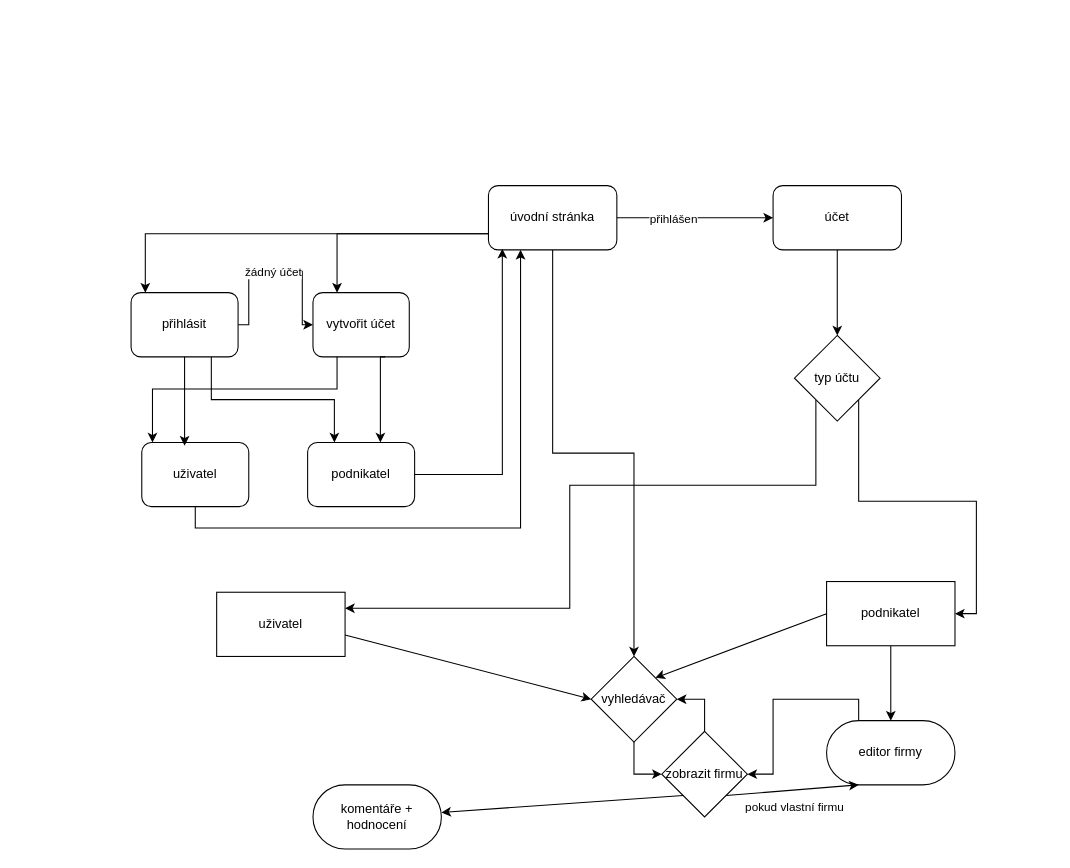
PoseidonVltav/Kostka keeps this draw.io diagram as Diagram bez názvu.drawio. Above is the earlier version. Source tidied: cells renumbered, new cells numbered last; positions are measured from the earlier drawing's top-left corner, leaving out a move shared by most shapes. Both pictures are drawn from the tidied source at 107%, with x=0, y=0 at pixel (131, 185).
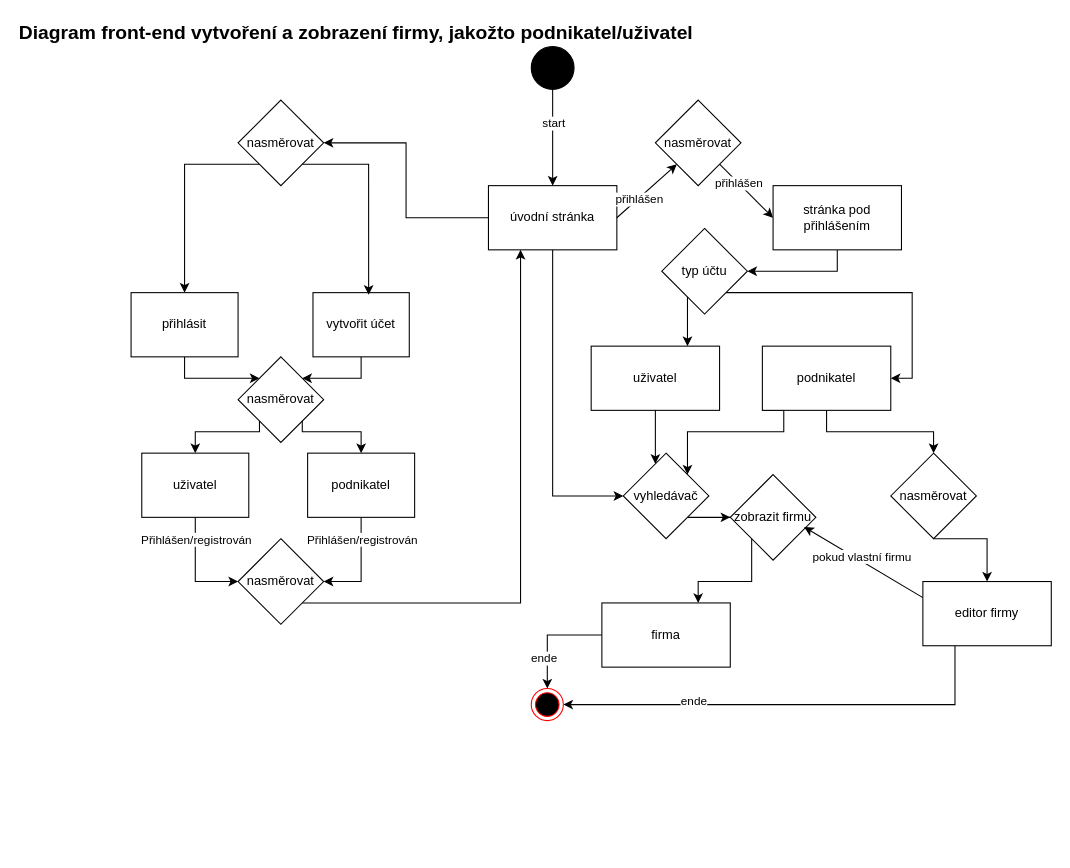
Above is the later version.

Diff of the diagram source:
```diff
@@
-    <mxCell id="2" style="edgeStyle=orthogonalEdgeStyle;rounded=0;jettySize=auto;html=1;exitX=0;exitY=0.75;exitDx=0;exitDy=0;entryX=0.25;entryY=0;entryDx=0;entryDy=0;" parent="1" edge="1" source="4" target="5">
-      <mxGeometry relative="1" as="geometry" />
-    </mxCell>
+    <mxCell id="40" style="edgeStyle=orthogonalEdgeStyle;rounded=0;jettySize=auto;html=1;exitX=0;exitY=0.5;exitDx=0;exitDy=0;" parent="1" edge="1" source="4" target="48">
+      <mxGeometry relative="1" as="geometry" />
+    </mxCell>
-    <mxCell id="3" style="edgeStyle=orthogonalEdgeStyle;rounded=0;jettySize=auto;html=1;exitX=0.5;exitY=1;exitDx=0;exitDy=0;" parent="1" edge="1" source="4" target="21">
+    <mxCell id="3" style="edgeStyle=orthogonalEdgeStyle;rounded=0;jettySize=auto;html=1;exitX=0.5;exitY=1;exitDx=0;exitDy=0;entryX=0;entryY=0.5;entryDx=0;entryDy=0;" parent="1" edge="1" source="4" target="21">
       <mxGeometry relative="1" as="geometry" />
     </mxCell>
-    <mxCell id="4" value="úvodní stránka" style="rounded=1;whiteSpace=wrap;html=1;" parent="1" vertex="1">
+    <mxCell id="4" value="úvodní stránka" style="rounded=1;whiteSpace=wrap;html=1;arcSize=0;" parent="1" vertex="1">
       <mxGeometry x="334" width="120" height="60" as="geometry" />
     </mxCell>
+    <mxCell id="41" style="edgeStyle=orthogonalEdgeStyle;rounded=0;jettySize=auto;html=1;exitX=0.5;exitY=1;exitDx=0;exitDy=0;entryX=1;entryY=0;entryDx=0;entryDy=0;" parent="1" edge="1" source="5" target="54">
+      <mxGeometry relative="1" as="geometry" />
+    </mxCell>
-    <mxCell id="5" value="vytvořit účet" style="rounded=1;whiteSpace=wrap;html=1;" parent="1" vertex="1">
+    <mxCell id="5" value="vytvořit účet" style="rounded=1;whiteSpace=wrap;html=1;arcSize=0;" parent="1" vertex="1">
       <mxGeometry x="170" y="100" width="90" height="60" as="geometry" />
     </mxCell>
-    <mxCell id="6" style="edgeStyle=orthogonalEdgeStyle;rounded=0;jettySize=auto;html=1;exitX=1;exitY=0.5;exitDx=0;exitDy=0;entryX=0;entryY=0.5;entryDx=0;entryDy=0;" parent="1" edge="1" source="9" target="5">
-      <mxGeometry relative="1" as="geometry">
-        <Array as="points">
-          <mxPoint x="110" y="130" />
-          <mxPoint x="110" y="80" />
-          <mxPoint x="160" y="80" />
-          <mxPoint x="160" y="130" />
-        </Array>
-      </mxGeometry>
-    </mxCell>
-    <mxCell id="7" value="žádný účet" style="edgeLabel;html=1;align=center;verticalAlign=middle;" parent="6" vertex="1">
-      <mxGeometry x="-0.16" relative="1" as="geometry">
-        <mxPoint x="11" as="offset" />
-      </mxGeometry>
-    </mxCell>
-    <mxCell id="8" style="edgeStyle=orthogonalEdgeStyle;rounded=0;jettySize=auto;html=1;exitX=0.75;exitY=1;exitDx=0;exitDy=0;entryX=0.25;entryY=0;entryDx=0;entryDy=0;" parent="1" edge="1" source="9" target="11">
-      <mxGeometry relative="1" as="geometry" />
-    </mxCell>
+    <mxCell id="42" style="edgeStyle=orthogonalEdgeStyle;rounded=0;jettySize=auto;html=1;exitX=0.5;exitY=1;exitDx=0;exitDy=0;entryX=0;entryY=0;entryDx=0;entryDy=0;" parent="1" edge="1" source="9" target="54">
+      <mxGeometry relative="1" as="geometry" />
+    </mxCell>
-    <mxCell id="9" value="přihlásit" style="rounded=1;whiteSpace=wrap;html=1;" parent="1" vertex="1">
+    <mxCell id="9" value="přihlásit" style="rounded=1;whiteSpace=wrap;html=1;arcSize=0;" parent="1" vertex="1">
       <mxGeometry y="100" width="100" height="60" as="geometry" />
     </mxCell>
-    <mxCell id="10" style="edgeStyle=orthogonalEdgeStyle;rounded=0;jettySize=auto;html=1;exitX=0;exitY=0.75;exitDx=0;exitDy=0;entryX=0.133;entryY=0;entryDx=0;entryDy=0;entryPerimeter=0;" parent="1" edge="1" source="4" target="9">
-      <mxGeometry relative="1" as="geometry" />
-    </mxCell>
+    <mxCell id="43" style="edgeStyle=orthogonalEdgeStyle;rounded=0;jettySize=auto;html=1;exitX=0.5;exitY=1;exitDx=0;exitDy=0;entryX=1;entryY=0.5;entryDx=0;entryDy=0;" parent="1" edge="1" source="11" target="56">
+      <mxGeometry relative="1" as="geometry" />
+    </mxCell>
-    <mxCell id="11" value="podnikatel" style="rounded=1;whiteSpace=wrap;html=1;" parent="1" vertex="1">
-      <mxGeometry x="165" y="240" width="100" height="60" as="geometry" />
+    <mxCell id="11" value="podnikatel" style="rounded=1;whiteSpace=wrap;html=1;arcSize=0;" parent="1" vertex="1">
+      <mxGeometry x="165" y="250" width="100" height="60" as="geometry" />
     </mxCell>
-    <mxCell id="12" style="edgeStyle=orthogonalEdgeStyle;rounded=0;jettySize=auto;html=1;entryX=0.25;entryY=1;entryDx=0;entryDy=0;exitX=0.5;exitY=1;exitDx=0;exitDy=0;" parent="1" edge="1" source="13" target="4">
-      <mxGeometry relative="1" as="geometry">
-        <Array as="points">
-          <mxPoint x="60" y="320" />
-          <mxPoint x="364" y="320" />
-        </Array>
-      </mxGeometry>
-    </mxCell>
+    <mxCell id="44" style="edgeStyle=orthogonalEdgeStyle;rounded=0;jettySize=auto;html=1;exitX=0.5;exitY=1;exitDx=0;exitDy=0;entryX=0;entryY=0.5;entryDx=0;entryDy=0;" parent="1" edge="1" source="13" target="56">
+      <mxGeometry relative="1" as="geometry" />
+    </mxCell>
-    <mxCell id="13" value="uživatel" style="rounded=1;whiteSpace=wrap;html=1;" parent="1" vertex="1">
-      <mxGeometry x="10" y="240" width="100" height="60" as="geometry" />
+    <mxCell id="13" value="uživatel" style="rounded=1;whiteSpace=wrap;html=1;arcSize=0;" parent="1" vertex="1">
+      <mxGeometry x="10" y="250" width="100" height="60" as="geometry" />
     </mxCell>
-    <mxCell id="14" style="edgeStyle=orthogonalEdgeStyle;rounded=0;jettySize=auto;html=1;exitX=0.5;exitY=1;exitDx=0;exitDy=0;entryX=0.4;entryY=0.05;entryDx=0;entryDy=0;entryPerimeter=0;" parent="1" edge="1" source="9" target="13">
-      <mxGeometry relative="1" as="geometry" />
-    </mxCell>
-    <mxCell id="15" style="edgeStyle=orthogonalEdgeStyle;rounded=0;jettySize=auto;html=1;exitX=0.25;exitY=1;exitDx=0;exitDy=0;entryX=0.1;entryY=0;entryDx=0;entryDy=0;entryPerimeter=0;" parent="1" edge="1" source="5" target="13">
-      <mxGeometry relative="1" as="geometry">
-        <Array as="points">
-          <mxPoint x="193" y="190" />
-          <mxPoint x="20" y="190" />
-        </Array>
-      </mxGeometry>
-    </mxCell>
-    <mxCell id="16" style="edgeStyle=orthogonalEdgeStyle;rounded=0;jettySize=auto;html=1;exitX=0.75;exitY=1;exitDx=0;exitDy=0;entryX=0.68;entryY=0;entryDx=0;entryDy=0;entryPerimeter=0;" parent="1" edge="1" source="5" target="11">
-      <mxGeometry relative="1" as="geometry">
-        <Array as="points">
-          <mxPoint x="233" y="160" />
-        </Array>
-      </mxGeometry>
-    </mxCell>
-    <mxCell id="17" style="edgeStyle=orthogonalEdgeStyle;rounded=0;jettySize=auto;html=1;exitX=1;exitY=0.5;exitDx=0;exitDy=0;entryX=0.108;entryY=0.983;entryDx=0;entryDy=0;entryPerimeter=0;" parent="1" edge="1" source="11" target="4">
-      <mxGeometry relative="1" as="geometry" />
-    </mxCell>
-    <mxCell id="18" style="edgeStyle=orthogonalEdgeStyle;rounded=0;jettySize=auto;html=1;exitX=0.5;exitY=0;exitDx=0;exitDy=0;entryX=1;entryY=0.5;entryDx=0;entryDy=0;" parent="1" edge="1" source="19" target="21">
-      <mxGeometry relative="1" as="geometry">
-        <Array as="points">
-          <mxPoint x="536" y="480" />
-        </Array>
-      </mxGeometry>
-    </mxCell>
+    <mxCell id="45" style="edgeStyle=orthogonalEdgeStyle;rounded=0;jettySize=auto;html=1;exitX=0;exitY=1;exitDx=0;exitDy=0;entryX=0.75;entryY=0;entryDx=0;entryDy=0;" parent="1" edge="1" source="19" target="67">
+      <mxGeometry relative="1" as="geometry" />
+    </mxCell>
     <mxCell id="19" value="zobrazit firmu" style="rhombus;whiteSpace=wrap;html=1;" parent="1" vertex="1">
-      <mxGeometry x="496" y="510" width="80" height="80" as="geometry" />
+      <mxGeometry x="560" y="270" width="80" height="80" as="geometry" />
     </mxCell>
-    <mxCell id="20" style="edgeStyle=orthogonalEdgeStyle;rounded=0;jettySize=auto;html=1;exitX=0.5;exitY=1;exitDx=0;exitDy=0;entryX=0;entryY=0.5;entryDx=0;entryDy=0;" parent="1" edge="1" source="21" target="19">
-      <mxGeometry relative="1" as="geometry">
-        <Array as="points">
-          <mxPoint x="470" y="550" />
-        </Array>
-      </mxGeometry>
+    <mxCell id="20" style="edgeStyle=orthogonalEdgeStyle;rounded=0;jettySize=auto;html=1;exitX=1;exitY=1;exitDx=0;exitDy=0;entryX=0;entryY=0.5;entryDx=0;entryDy=0;" parent="1" edge="1" source="21" target="19">
+      <mxGeometry relative="1" as="geometry" />
     </mxCell>
     <mxCell id="21" value="vyhledávač" style="rhombus;whiteSpace=wrap;html=1;" parent="1" vertex="1">
-      <mxGeometry x="430" y="440" width="80" height="80" as="geometry" />
+      <mxGeometry x="460" y="250" width="80" height="80" as="geometry" />
     </mxCell>
-    <mxCell id="22" style="edgeStyle=orthogonalEdgeStyle;rounded=0;jettySize=auto;html=1;exitX=0.5;exitY=1;exitDx=0;exitDy=0;entryX=0.5;entryY=0;entryDx=0;entryDy=0;" parent="1" edge="1" source="23" target="28">
+    <mxCell id="22" style="edgeStyle=orthogonalEdgeStyle;rounded=0;jettySize=auto;html=1;exitX=0.5;exitY=1;exitDx=0;exitDy=0;entryX=1;entryY=0.5;entryDx=0;entryDy=0;" parent="1" edge="1" source="23" target="28">
       <mxGeometry relative="1" as="geometry" />
     </mxCell>
-    <mxCell id="23" value="účet" style="rounded=1;whiteSpace=wrap;html=1;" parent="1" vertex="1">
+    <mxCell id="23" value="stránka pod přihlášením" style="rounded=1;whiteSpace=wrap;html=1;arcSize=0;" parent="1" vertex="1">
       <mxGeometry x="600" width="120" height="60" as="geometry" />
     </mxCell>
-    <mxCell id="24" style="endArrow=classic;html=1;rounded=0;entryX=0;entryY=0.5;entryDx=0;entryDy=0;exitX=1;exitY=0.5;exitDx=0;exitDy=0;" parent="1" edge="1" source="4" target="23">
+    <mxCell id="24" style="endArrow=classic;html=1;rounded=0;entryX=0;entryY=0.5;entryDx=0;entryDy=0;exitX=1;exitY=1;exitDx=0;exitDy=0;" parent="1" edge="1" source="59" target="23">
       <mxGeometry relative="1" as="geometry" />
     </mxCell>
@@
-    <mxCell id="27" style="edgeStyle=orthogonalEdgeStyle;rounded=0;jettySize=auto;html=1;exitX=0;exitY=1;exitDx=0;exitDy=0;entryX=1;entryY=0.25;entryDx=0;entryDy=0;" parent="1" edge="1" source="28" target="29">
+    <mxCell id="27" style="edgeStyle=orthogonalEdgeStyle;rounded=0;jettySize=auto;html=1;exitX=0;exitY=1;exitDx=0;exitDy=0;entryX=0.75;entryY=0;entryDx=0;entryDy=0;" parent="1" edge="1" source="28" target="29">
       <mxGeometry relative="1" as="geometry">
         <Array as="points">
-          <mxPoint x="640" y="280" />
-          <mxPoint x="410" y="280" />
-          <mxPoint x="410" y="395" />
+          <mxPoint x="520" y="100" />
         </Array>
       </mxGeometry>
     </mxCell>
     <mxCell id="28" value="typ účtu" style="rhombus;whiteSpace=wrap;html=1;" parent="1" vertex="1">
-      <mxGeometry x="620" y="140" width="80" height="80" as="geometry" />
+      <mxGeometry x="496" y="40" width="80" height="80" as="geometry" />
     </mxCell>
     <mxCell id="29" value="uživatel" style="rounded=0;whiteSpace=wrap;html=1;" parent="1" vertex="1">
-      <mxGeometry x="80" y="380" width="120" height="60" as="geometry" />
+      <mxGeometry x="430" y="150" width="120" height="60" as="geometry" />
     </mxCell>
-    <mxCell id="30" style="edgeStyle=orthogonalEdgeStyle;rounded=0;jettySize=auto;html=1;exitX=0.5;exitY=1;exitDx=0;exitDy=0;entryX=0.5;entryY=0;entryDx=0;entryDy=0;" parent="1" edge="1" source="31" target="35">
-      <mxGeometry relative="1" as="geometry" />
-    </mxCell>
+    <mxCell id="46" style="edgeStyle=orthogonalEdgeStyle;rounded=0;jettySize=auto;html=1;exitX=0.5;exitY=1;exitDx=0;exitDy=0;entryX=0.5;entryY=0;entryDx=0;entryDy=0;" parent="1" edge="1" source="31" target="64">
+      <mxGeometry relative="1" as="geometry" />
+    </mxCell>
+    <mxCell id="33" style="edgeStyle=orthogonalEdgeStyle;rounded=0;jettySize=auto;html=1;exitX=0;exitY=1;exitDx=0;exitDy=0;entryX=1;entryY=0;entryDx=0;entryDy=0;" parent="1" edge="1" source="31" target="21">
+      <mxGeometry relative="1" as="geometry">
+        <Array as="points">
+          <mxPoint x="610" y="210" />
+          <mxPoint x="610" y="230" />
+          <mxPoint x="520" y="230" />
+        </Array>
+      </mxGeometry>
+    </mxCell>
     <mxCell id="31" value="podnikatel" style="rounded=0;whiteSpace=wrap;html=1;" parent="1" vertex="1">
-      <mxGeometry x="650" y="370" width="120" height="60" as="geometry" />
+      <mxGeometry x="590" y="150" width="120" height="60" as="geometry" />
     </mxCell>
-    <mxCell id="32" style="endArrow=classic;html=1;rounded=0;exitX=1;exitY=0.25;exitDx=0;exitDy=0;entryX=0;entryY=0.5;entryDx=0;entryDy=0;" parent="1" edge="1" target="21">
-      <mxGeometry relative="1" as="geometry">
-        <mxPoint x="200" y="420" as="sourcePoint" />
-      </mxGeometry>
-    </mxCell>
-    <mxCell id="33" style="endArrow=classic;html=1;rounded=0;exitX=0;exitY=0.5;exitDx=0;exitDy=0;entryX=1;entryY=0;entryDx=0;entryDy=0;" parent="1" edge="1" source="31" target="21">
-      <mxGeometry relative="1" as="geometry" />
-    </mxCell>
-    <mxCell id="34" style="edgeStyle=orthogonalEdgeStyle;rounded=0;jettySize=auto;html=1;exitX=0.25;exitY=0;exitDx=0;exitDy=0;entryX=1;entryY=0.5;entryDx=0;entryDy=0;" parent="1" edge="1" source="35" target="19">
-      <mxGeometry relative="1" as="geometry">
-        <Array as="points">
-          <mxPoint x="680" y="480" />
-          <mxPoint x="600" y="480" />
-          <mxPoint x="600" y="550" />
-        </Array>
-      </mxGeometry>
-    </mxCell>
-    <mxCell id="35" value="editor firmy" style="rounded=1;whiteSpace=wrap;html=1;arcSize=50;" parent="1" vertex="1">
-      <mxGeometry x="650" y="500" width="120" height="60" as="geometry" />
-    </mxCell>
-    <mxCell id="36" style="endArrow=classic;html=1;rounded=0;exitX=1;exitY=1;exitDx=0;exitDy=0;entryX=0.25;entryY=1;entryDx=0;entryDy=0;" parent="1" edge="1" source="19" target="35">
+    <mxCell id="36" style="endArrow=classic;html=1;rounded=0;exitX=0;exitY=0.25;exitDx=0;exitDy=0;entryX=0.863;entryY=0.613;entryDx=0;entryDy=0;entryPerimeter=0;" parent="1" edge="1" source="35" target="19">
       <mxGeometry relative="1" as="geometry" />
     </mxCell>
     <mxCell id="37" value="pokud vlastní firmu" style="edgeLabel;html=1;align=center;verticalAlign=middle;" parent="36" vertex="1">
       <mxGeometry x="-0.26" relative="1" as="geometry">
-        <mxPoint x="18" y="14" as="offset" />
+        <mxPoint x="-16" y="-14" as="offset" />
       </mxGeometry>
     </mxCell>
-    <mxCell id="38" style="endArrow=classic;html=1;rounded=0;exitX=0;exitY=1;exitDx=0;exitDy=0;" parent="1" edge="1" source="19" target="39">
-      <mxGeometry relative="1" as="geometry" />
-    </mxCell>
-    <mxCell id="39" value="komentáře + hodnocení" style="rounded=1;whiteSpace=wrap;html=1;arcSize=50;" parent="1" vertex="1">
-      <mxGeometry x="170" y="560" width="120" height="60" as="geometry" />
-    </mxCell>
+    <mxCell id="47" style="edgeStyle=orthogonalEdgeStyle;rounded=0;jettySize=auto;html=1;exitX=0;exitY=1;exitDx=0;exitDy=0;entryX=0.5;entryY=0;entryDx=0;entryDy=0;" parent="1" edge="1" source="48" target="9">
+      <mxGeometry relative="1" as="geometry">
+        <Array as="points">
+          <mxPoint x="50" y="-20" />
+        </Array>
+      </mxGeometry>
+    </mxCell>
+    <mxCell id="48" value="nasměrovat" style="rhombus;whiteSpace=wrap;html=1;" parent="1" vertex="1">
+      <mxGeometry x="100" y="-80" width="80" height="80" as="geometry" />
+    </mxCell>
+    <mxCell id="49" style="edgeStyle=orthogonalEdgeStyle;rounded=0;jettySize=auto;html=1;exitX=0.5;exitY=1;exitDx=0;exitDy=0;entryX=0.5;entryY=0;entryDx=0;entryDy=0;" parent="1" edge="1" source="50" target="4">
+      <mxGeometry relative="1" as="geometry" />
+    </mxCell>
+    <mxCell id="50" style="ellipse;whiteSpace=wrap;html=1;fillColor=light-dark(#000000, #1d293b);strokeColor=#000000;" parent="1" vertex="1">
+      <mxGeometry x="374" y="-130" width="40" height="40" as="geometry" />
+    </mxCell>
+    <mxCell id="51" style="edgeStyle=orthogonalEdgeStyle;rounded=0;jettySize=auto;html=1;exitX=1;exitY=1;exitDx=0;exitDy=0;entryX=0.578;entryY=0.033;entryDx=0;entryDy=0;entryPerimeter=0;" parent="1" edge="1" source="48" target="5">
+      <mxGeometry relative="1" as="geometry">
+        <Array as="points">
+          <mxPoint x="222" y="-20" />
+        </Array>
+      </mxGeometry>
+    </mxCell>
+    <mxCell id="52" style="edgeStyle=orthogonalEdgeStyle;rounded=0;jettySize=auto;html=1;exitX=1;exitY=1;exitDx=0;exitDy=0;entryX=0.5;entryY=0;entryDx=0;entryDy=0;" parent="1" edge="1" source="54" target="11">
+      <mxGeometry relative="1" as="geometry">
+        <Array as="points">
+          <mxPoint x="160" y="230" />
+          <mxPoint x="215" y="230" />
+        </Array>
+      </mxGeometry>
+    </mxCell>
+    <mxCell id="53" style="edgeStyle=orthogonalEdgeStyle;rounded=0;jettySize=auto;html=1;exitX=0;exitY=1;exitDx=0;exitDy=0;entryX=0.5;entryY=0;entryDx=0;entryDy=0;" parent="1" edge="1" source="54" target="13">
+      <mxGeometry relative="1" as="geometry">
+        <Array as="points">
+          <mxPoint x="120" y="230" />
+          <mxPoint x="60" y="230" />
+        </Array>
+      </mxGeometry>
+    </mxCell>
+    <mxCell id="54" value="nasměrovat" style="rhombus;whiteSpace=wrap;html=1;" parent="1" vertex="1">
+      <mxGeometry x="100" y="160" width="80" height="80" as="geometry" />
+    </mxCell>
+    <mxCell id="55" style="edgeStyle=orthogonalEdgeStyle;rounded=0;jettySize=auto;html=1;exitX=1;exitY=1;exitDx=0;exitDy=0;entryX=0.25;entryY=1;entryDx=0;entryDy=0;" parent="1" edge="1" source="56" target="4">
+      <mxGeometry relative="1" as="geometry">
+        <Array as="points">
+          <mxPoint x="364" y="390" />
+        </Array>
+      </mxGeometry>
+    </mxCell>
+    <mxCell id="56" value="nasměrovat" style="rhombus;whiteSpace=wrap;html=1;" parent="1" vertex="1">
+      <mxGeometry x="100" y="330" width="80" height="80" as="geometry" />
+    </mxCell>
+    <mxCell id="57" value="Přihlášen/registrován" style="edgeLabel;html=1;align=center;verticalAlign=middle;" parent="1" vertex="1">
+      <mxGeometry x="215" y="330" as="geometry" />
+    </mxCell>
+    <mxCell id="58" value="Přihlášen/registrován" style="edgeLabel;html=1;align=center;verticalAlign=middle;" parent="1" vertex="1">
+      <mxGeometry x="60" y="330" as="geometry" />
+    </mxCell>
+    <mxCell id="59" value="nasměrovat" style="rhombus;whiteSpace=wrap;html=1;" parent="1" vertex="1">
+      <mxGeometry x="490" y="-80" width="80" height="80" as="geometry" />
+    </mxCell>
+    <mxCell id="60" style="endArrow=classic;html=1;rounded=0;entryX=0;entryY=1;entryDx=0;entryDy=0;exitX=1;exitY=0.5;exitDx=0;exitDy=0;" parent="1" edge="1" source="4" target="59">
+      <mxGeometry relative="1" as="geometry" />
+    </mxCell>
+    <mxCell id="61" value="přihlášen" style="edgeLabel;html=1;align=center;verticalAlign=middle;" parent="60" vertex="1">
+      <mxGeometry x="-0.29" relative="1" as="geometry" />
+    </mxCell>
+    <mxCell id="62" style="edgeStyle=orthogonalEdgeStyle;rounded=0;jettySize=auto;html=1;exitX=0.25;exitY=1;exitDx=0;exitDy=0;entryX=1;entryY=0.5;entryDx=0;entryDy=0;" parent="1" edge="1" source="35" target="68">
+      <mxGeometry relative="1" as="geometry" />
+    </mxCell>
+    <mxCell id="35" value="editor firmy" style="rounded=0;whiteSpace=wrap;html=1;" parent="1" vertex="1">
+      <mxGeometry x="740" y="370" width="120" height="60" as="geometry" />
+    </mxCell>
+    <mxCell id="63" style="edgeStyle=orthogonalEdgeStyle;rounded=0;jettySize=auto;html=1;exitX=0.5;exitY=1;exitDx=0;exitDy=0;entryX=0.5;entryY=0;entryDx=0;entryDy=0;" parent="1" edge="1" source="64" target="35">
+      <mxGeometry relative="1" as="geometry">
+        <Array as="points">
+          <mxPoint x="800" y="330" />
+        </Array>
+      </mxGeometry>
+    </mxCell>
+    <mxCell id="64" value="nasměrovat" style="rhombus;whiteSpace=wrap;html=1;" parent="1" vertex="1">
+      <mxGeometry x="710" y="250" width="80" height="80" as="geometry" />
+    </mxCell>
+    <mxCell id="65" style="edgeStyle=orthogonalEdgeStyle;rounded=0;jettySize=auto;html=1;exitX=0.5;exitY=1;exitDx=0;exitDy=0;entryX=0.375;entryY=0.125;entryDx=0;entryDy=0;entryPerimeter=0;" parent="1" edge="1" source="29" target="21">
+      <mxGeometry relative="1" as="geometry" />
+    </mxCell>
+    <mxCell id="66" style="edgeStyle=orthogonalEdgeStyle;rounded=0;jettySize=auto;html=1;exitX=0;exitY=0.5;exitDx=0;exitDy=0;entryX=0.5;entryY=0;entryDx=0;entryDy=0;" parent="1" edge="1" source="67" target="68">
+      <mxGeometry relative="1" as="geometry" />
+    </mxCell>
+    <mxCell id="67" value="firma" style="rounded=0;whiteSpace=wrap;html=1;" parent="1" vertex="1">
+      <mxGeometry x="440" y="390" width="120" height="60" as="geometry" />
+    </mxCell>
+    <mxCell id="68" style="ellipse;html=1;shape=endState;fillColor=#000000;strokeColor=#ff0000;" parent="1" vertex="1">
+      <mxGeometry x="374" y="470" width="30" height="30" as="geometry" />
+    </mxCell>
+    <mxCell id="69" value="Diagram front-end vytvoření a zobrazení firmy, jakožto podnikatel/uživatel" style="text;align=center;fontStyle=1;verticalAlign=middle;spacingLeft=3;spacingRight=3;strokeColor=none;html=1;fontSize=18;" parent="1" vertex="1">
+      <mxGeometry x="170" y="-156" width="80" height="26" as="geometry" />
+    </mxCell>
+    <mxCell id="70" value="&lt;div&gt;start&lt;/div&gt;" style="edgeLabel;html=1;align=center;verticalAlign=middle;" parent="1" vertex="1">
+      <mxGeometry x="389" y="-60" as="geometry">
+        <mxPoint x="5" y="1" as="offset" />
+      </mxGeometry>
+    </mxCell>
+    <mxCell id="71" value="&lt;div&gt;ende&lt;/div&gt;" style="edgeLabel;html=1;align=center;verticalAlign=middle;" parent="1" vertex="1">
+      <mxGeometry x="380" y="440" as="geometry">
+        <mxPoint x="5" y="1" as="offset" />
+      </mxGeometry>
+    </mxCell>
+    <mxCell id="72" value="&lt;div&gt;ende&lt;/div&gt;" style="edgeLabel;html=1;align=center;verticalAlign=middle;" parent="1" vertex="1">
+      <mxGeometry x="520" y="480" as="geometry">
+        <mxPoint x="5" y="1" as="offset" />
+      </mxGeometry>
+    </mxCell>
```
